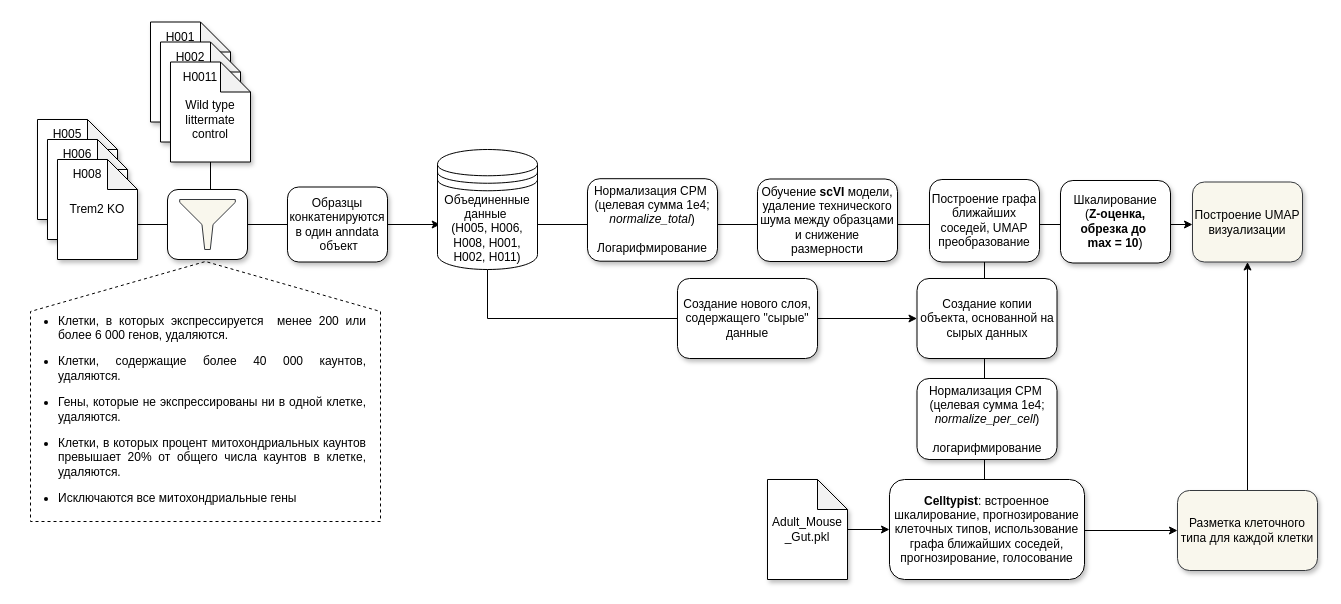
Before: Massterd_pair_art1.drawio in NikolaiL-dev/pictures.drawio, a draw.io diagram. Source tidied: cells renumbered, new cells numbered last; positions are measured from the earlier drawing's top-left corner, leaving out a move shared by most shapes. Both pictures are drawn from the tidied source at 100%, with x=0, y=0 at pixel (17, 21).
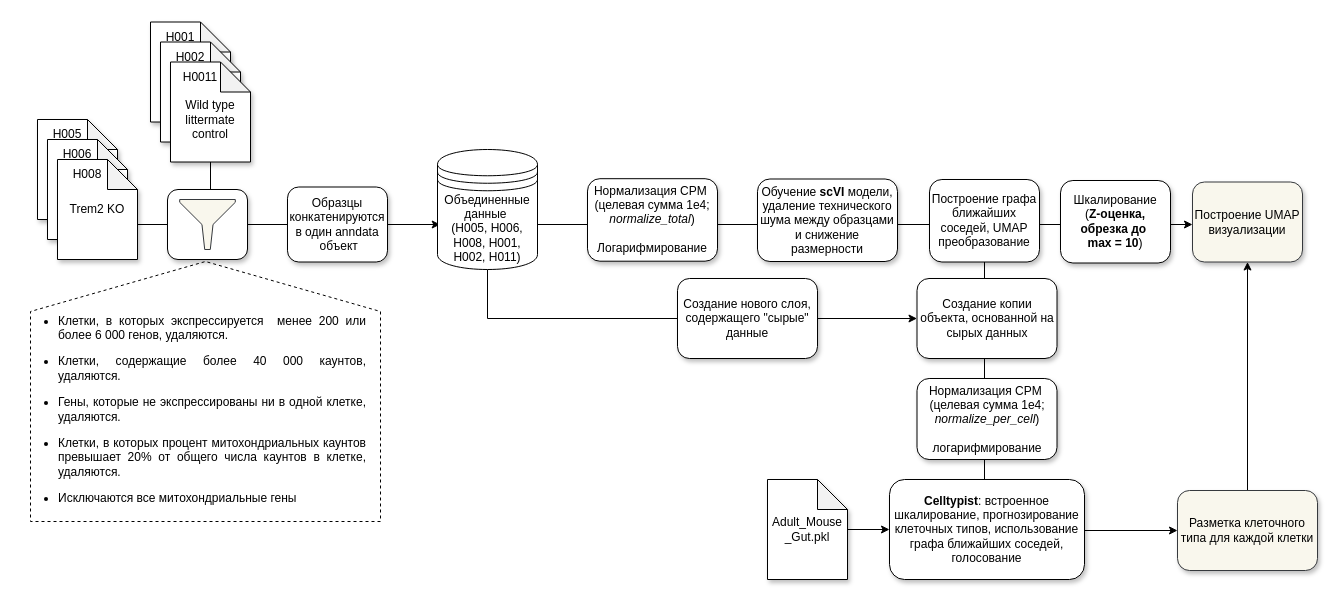
The same diagram, later.

The edit, as a diff of the source:
```diff
@@
-    <mxCell id="22" value="&lt;b&gt;Celltypist&lt;/b&gt;: встроенное шкалирование, прогнозирование клеточных типов, использование графа ближайших соседей, прогнозирование, голосование " style="rounded=1;whiteSpace=wrap;html=1;shadow=1;" parent="1" vertex="1">
+    <mxCell id="22" value="&lt;b&gt;Celltypist&lt;/b&gt;: встроенное шкалирование, прогнозирование клеточных типов, использование графа ближайших соседей, голосование " style="rounded=1;whiteSpace=wrap;html=1;shadow=1;" parent="1" vertex="1">
       <mxGeometry x="872" y="458" width="195" height="100" as="geometry" />
     </mxCell>
```
